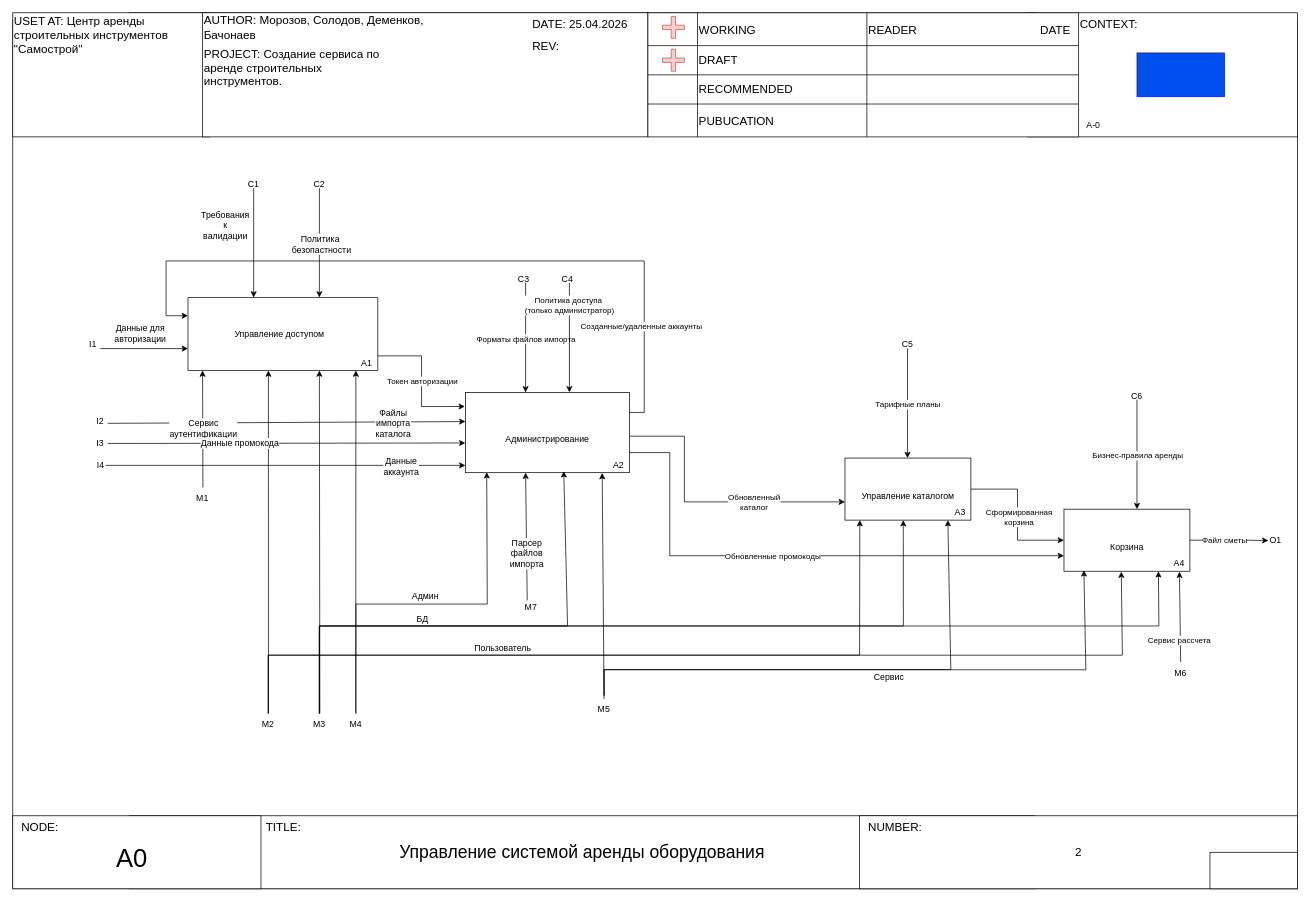
Silrec/gorodez keeps this draw.io diagram as page "А0" (2 of 6) of gorodez_1.drawio. Above is the earlier version. Source tidied: cells renumbered, new cells numbered last; positions are measured from the earlier drawing's top-left corner, leaving out a move shared by most shapes. Both pictures are drawn from the tidied source at 73%, with x=0, y=0 at pixel (12, 12).
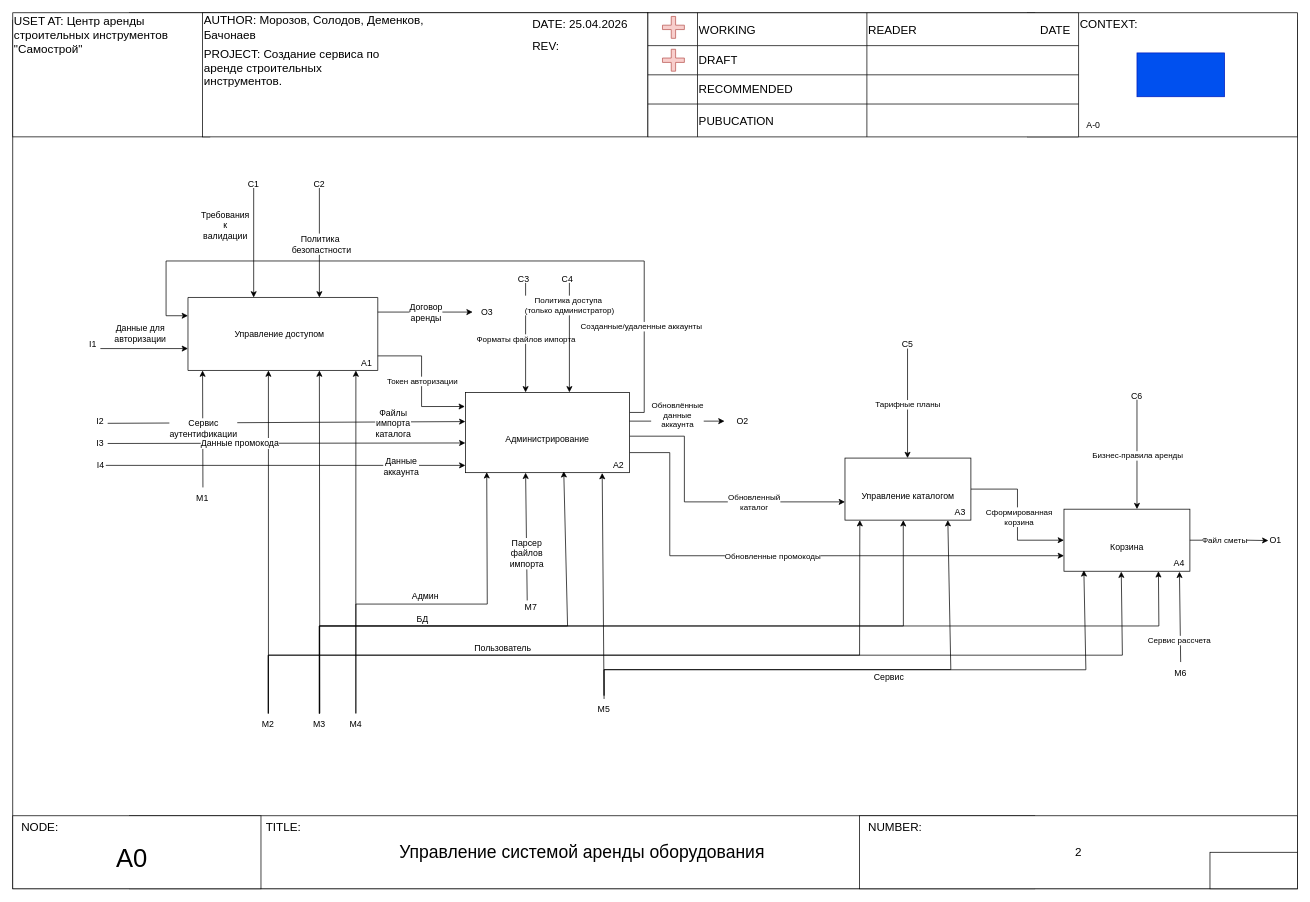
The same diagram, later.

Unchanged cells that the change refers to:
```xml
<mxCell id="2" value="я" style="group;fontFamily=Helvetica;" parent="1" vertex="1">
  <mxGeometry width="1760" height="1200" as="geometry" />
</mxCell>
```

The edit, as a diff of the source:
```diff
@@
+    <mxCell id="124" style="edgeStyle=orthogonalEdgeStyle;rounded=0;orthogonalLoop=1;jettySize=auto;html=1;entryX=0.977;entryY=0.689;entryDx=0;entryDy=0;entryPerimeter=0;exitX=1;exitY=0.5;exitDx=0;exitDy=0;" parent="2" edge="1">
+      <mxGeometry relative="1" as="geometry">
+        <mxPoint x="845" y="559.4" as="sourcePoint" />
+        <mxPoint x="975" y="559.4" as="targetPoint" />
+        <Array as="points">
+          <mxPoint x="905" y="559.4" />
+          <mxPoint x="905" y="559.4" />
+        </Array>
+      </mxGeometry>
+    </mxCell>
+    <mxCell id="125" value="Обновлённые данные аккаунта" style="edgeLabel;html=1;align=center;verticalAlign=middle;whiteSpace=wrap;" parent="124" vertex="1">
+      <mxGeometry x="-0.22" y="-1" relative="1" as="geometry">
+        <mxPoint x="14" y="-10" as="offset" />
+      </mxGeometry>
+    </mxCell>
+    <mxCell id="126" value="O2" style="text;html=1;align=center;verticalAlign=middle;whiteSpace=wrap;rounded=0;" parent="2" vertex="1">
+      <mxGeometry x="970" y="545" width="60" height="30" as="geometry" />
+    </mxCell>
+    <mxCell id="127" style="endArrow=classic;html=1;rounded=0;fontFamily=Helvetica;" parent="2" edge="1">
+      <mxGeometry relative="1" as="geometry">
+        <mxPoint x="500" y="410" as="sourcePoint" />
+        <mxPoint x="630" y="410" as="targetPoint" />
+      </mxGeometry>
+    </mxCell>
+    <mxCell id="128" value="&lt;span style=&quot;text-wrap-mode: wrap;&quot;&gt;Договор аренды&lt;/span&gt;" style="edgeLabel;html=1;align=center;verticalAlign=middle;fontFamily=Helvetica;fontSize=12;" parent="127" vertex="1">
+      <mxGeometry x="-0.07" y="3" relative="1" as="geometry">
+        <mxPoint x="5" y="3" as="offset" />
+      </mxGeometry>
+    </mxCell>
+    <mxCell id="129" value="O3" style="text;html=1;align=center;verticalAlign=middle;whiteSpace=wrap;rounded=0;" parent="2" vertex="1">
+      <mxGeometry x="620" y="395" width="60" height="30" as="geometry" />
+    </mxCell>
```
